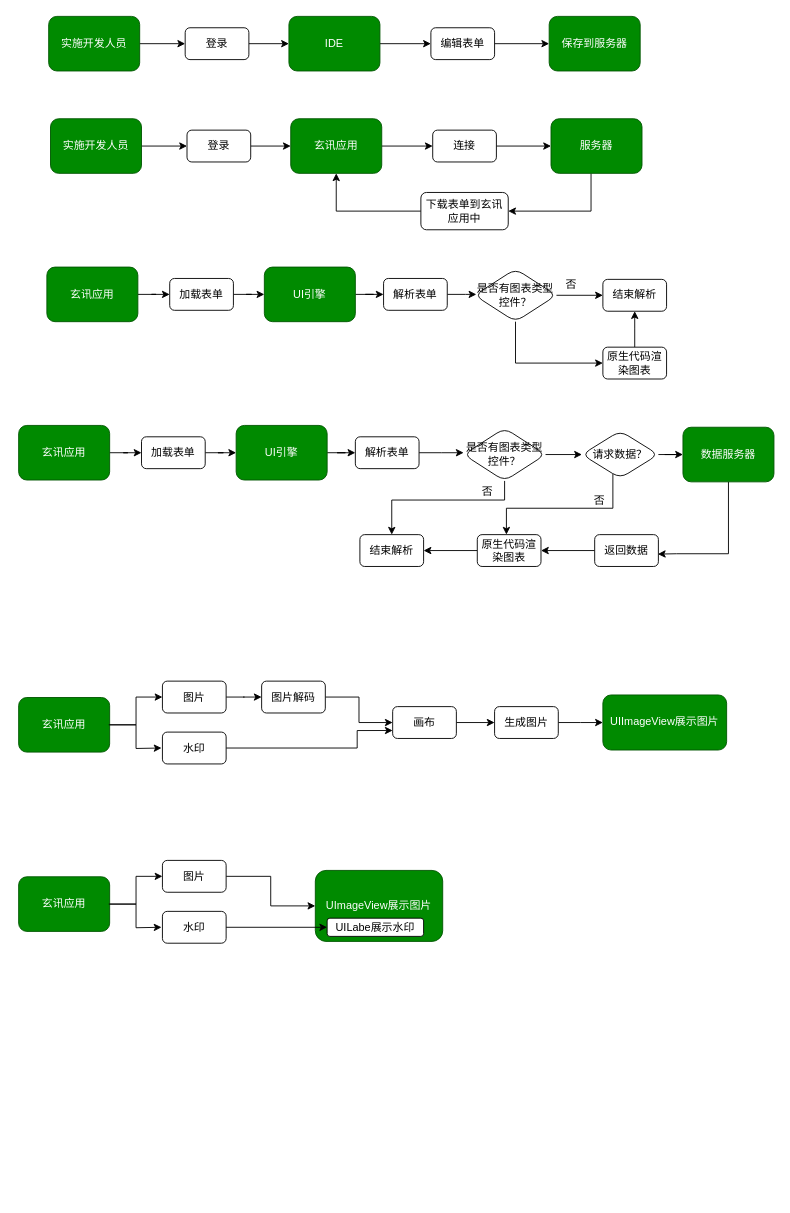
Earlier version of the draw.io diagram Untitled Diagram.drawio (codeYMF/UML). Source tidied: cells renumbered, new cells numbered last; positions are measured from the earlier drawing's top-left corner, leaving out a move shared by most shapes. Both pictures are drawn from the tidied source at 91%, with x=0, y=0 at pixel (18, 15).
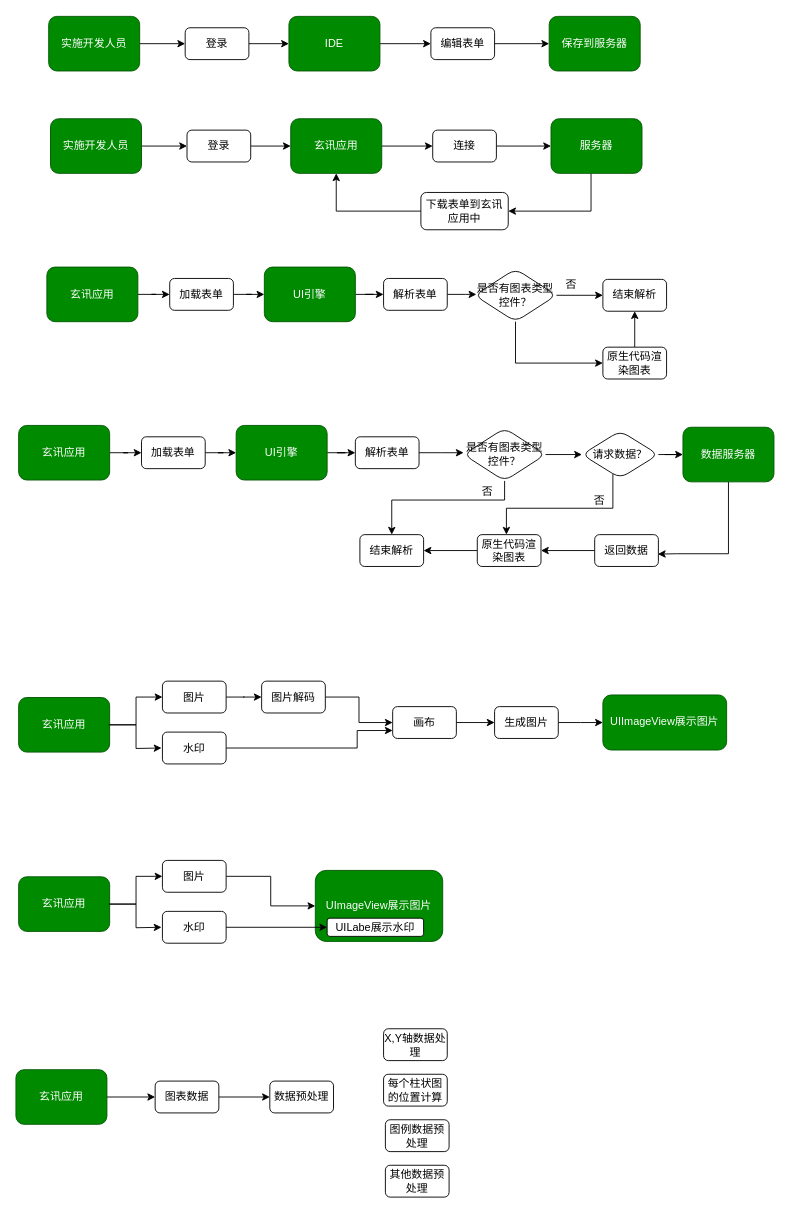
The same page after the edit.

Change to the diagram source:
```diff
@@
+    <mxCell id="84" style="edgeStyle=orthogonalEdgeStyle;rounded=0;jettySize=auto;html=1;" parent="1" edge="1" source="85" target="87">
+      <mxGeometry relative="1" as="geometry" />
+    </mxCell>
+    <mxCell id="85" value="玄讯应用" style="whiteSpace=wrap;html=1;fontSize=12;glass=0;strokeWidth=1;shadow=0;direction=west;flipH=1;fillColor=#008a00;strokeColor=#005700;fontColor=#ffffff;rounded=1;" parent="1" vertex="1">
+      <mxGeometry x="-3" y="1158" width="100" height="60" as="geometry" />
+    </mxCell>
+    <mxCell id="86" style="edgeStyle=orthogonalEdgeStyle;rounded=0;jettySize=auto;html=1;" parent="1" edge="1" source="87" target="88">
+      <mxGeometry relative="1" as="geometry" />
+    </mxCell>
+    <mxCell id="87" value="图表数据" style="whiteSpace=wrap;html=1;rounded=1;" parent="1" vertex="1">
+      <mxGeometry x="150" y="1170.5" width="70" height="35" as="geometry" />
+    </mxCell>
+    <mxCell id="88" value="数据预处理" style="whiteSpace=wrap;html=1;rounded=1;" parent="1" vertex="1">
+      <mxGeometry x="276" y="1170.5" width="70" height="35" as="geometry" />
+    </mxCell>
+    <mxCell id="89" value="X,Y轴数据处理" style="whiteSpace=wrap;html=1;rounded=1;" parent="1" vertex="1">
+      <mxGeometry x="401" y="1113" width="70" height="35" as="geometry" />
+    </mxCell>
+    <mxCell id="90" value="每个柱状图的位置计算" style="whiteSpace=wrap;html=1;rounded=1;" parent="1" vertex="1">
+      <mxGeometry x="401" y="1163" width="70" height="35" as="geometry" />
+    </mxCell>
+    <mxCell id="91" value="图例数据预处理" style="whiteSpace=wrap;html=1;rounded=1;" parent="1" vertex="1">
+      <mxGeometry x="403" y="1213" width="70" height="35" as="geometry" />
+    </mxCell>
+    <mxCell id="92" value="其他数据预处理" style="whiteSpace=wrap;html=1;rounded=1;" parent="1" vertex="1">
+      <mxGeometry x="403" y="1263" width="70" height="35" as="geometry" />
+    </mxCell>
```
